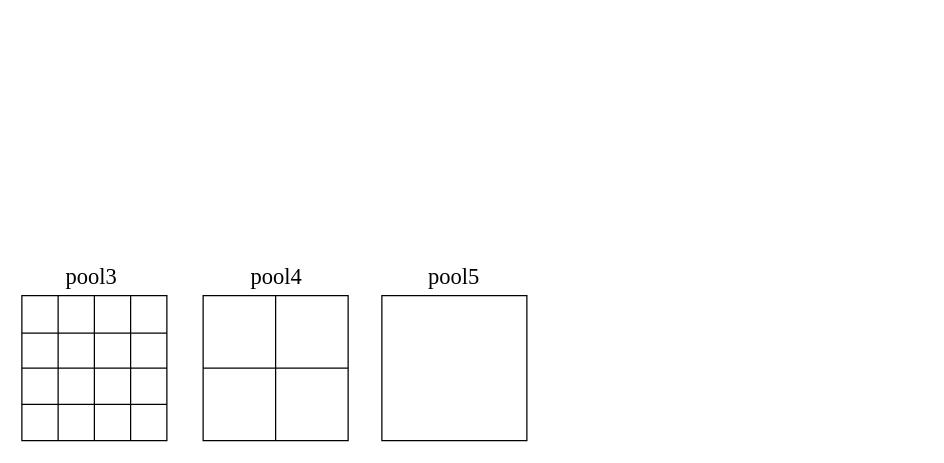
Before: 未命名绘图.drawio in zhangronghuan/liliu, a draw.io diagram. Source tidied: cells renumbered, new cells numbered last; positions are measured from the earlier drawing's top-left corner, leaving out a move shared by most shapes. Both pictures are drawn from the tidied source at 125%, with x=0, y=0 at pixel (21, 258).
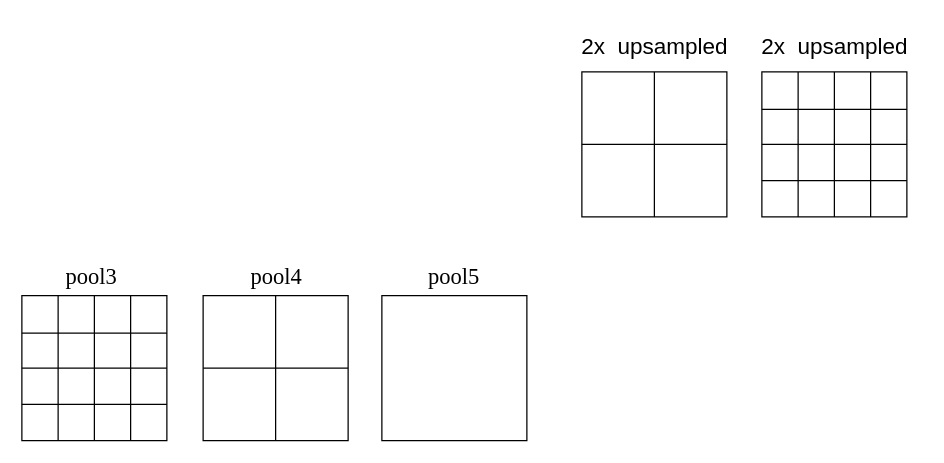
After the change.

What changed in the source:
```diff
@@
+    <mxCell id="36" style="shape=table;startSize=0;childLayout=tableLayout;" parent="1" vertex="1">
+      <mxGeometry x="448" y="-149" width="116" height="116" as="geometry" />
+    </mxCell>
+    <mxCell id="37" style="shape=tableRow;horizontal=0;startSize=0;swimlaneHead=0;swimlaneBody=0;strokeColor=inherit;top=0;left=0;bottom=0;right=0;fillColor=none;" parent="36" vertex="1">
+      <mxGeometry width="116" height="58" as="geometry" />
+    </mxCell>
+    <mxCell id="38" style="shape=partialRectangle;html=1;whiteSpace=wrap;strokeColor=inherit;overflow=hidden;fillColor=none;top=0;left=0;bottom=0;right=0;" parent="37" vertex="1">
+      <mxGeometry width="58" height="58" as="geometry" />
+    </mxCell>
+    <mxCell id="39" style="shape=partialRectangle;html=1;whiteSpace=wrap;strokeColor=inherit;overflow=hidden;fillColor=none;top=0;left=0;bottom=0;right=0;" parent="37" vertex="1">
+      <mxGeometry x="58" width="58" height="58" as="geometry" />
+    </mxCell>
+    <mxCell id="40" style="shape=tableRow;horizontal=0;startSize=0;swimlaneHead=0;swimlaneBody=0;strokeColor=inherit;top=0;left=0;bottom=0;right=0;fillColor=none;" parent="36" vertex="1">
+      <mxGeometry y="58" width="116" height="58" as="geometry" />
+    </mxCell>
+    <mxCell id="41" style="shape=partialRectangle;html=1;whiteSpace=wrap;strokeColor=inherit;overflow=hidden;fillColor=none;top=0;left=0;bottom=0;right=0;" parent="40" vertex="1">
+      <mxGeometry width="58" height="58" as="geometry" />
+    </mxCell>
+    <mxCell id="42" style="shape=partialRectangle;html=1;whiteSpace=wrap;strokeColor=inherit;overflow=hidden;fillColor=none;top=0;left=0;bottom=0;right=0;" parent="40" vertex="1">
+      <mxGeometry x="58" width="58" height="58" as="geometry" />
+    </mxCell>
+    <mxCell id="43" value="&lt;font style=&quot;font-size: 18px;&quot;&gt;2x&amp;nbsp; upsampled&lt;/font&gt;" style="text;html=1;align=center;verticalAlign=middle;strokeColor=none;fillColor=none;" parent="1" vertex="1">
+      <mxGeometry x="436" y="-189" width="140" height="40" as="geometry" />
+    </mxCell>
+    <mxCell id="44" value="&lt;font style=&quot;font-size: 18px;&quot;&gt;2x&amp;nbsp; upsampled&lt;/font&gt;" style="text;html=1;align=center;verticalAlign=middle;strokeColor=none;fillColor=none;" parent="1" vertex="1">
+      <mxGeometry x="580" y="-189" width="140" height="40" as="geometry" />
+    </mxCell>
+    <mxCell id="45" style="shape=table;startSize=0;childLayout=tableLayout;" parent="1" vertex="1">
+      <mxGeometry x="592" y="-149" width="116" height="116" as="geometry" />
+    </mxCell>
+    <mxCell id="46" style="shape=tableRow;horizontal=0;startSize=0;swimlaneHead=0;swimlaneBody=0;strokeColor=inherit;top=0;left=0;bottom=0;right=0;fillColor=none;" parent="45" vertex="1">
+      <mxGeometry width="116" height="30" as="geometry" />
+    </mxCell>
+    <mxCell id="47" style="shape=partialRectangle;html=1;whiteSpace=wrap;strokeColor=inherit;overflow=hidden;fillColor=none;top=0;left=0;bottom=0;right=0;" parent="46" vertex="1">
+      <mxGeometry width="29" height="30" as="geometry" />
+    </mxCell>
+    <mxCell id="48" style="shape=partialRectangle;html=1;whiteSpace=wrap;strokeColor=inherit;overflow=hidden;fillColor=none;top=0;left=0;bottom=0;right=0;" parent="46" vertex="1">
+      <mxGeometry x="29" width="29" height="30" as="geometry" />
+    </mxCell>
+    <mxCell id="49" style="shape=partialRectangle;html=1;whiteSpace=wrap;strokeColor=inherit;overflow=hidden;fillColor=none;top=0;left=0;bottom=0;right=0;" parent="46" vertex="1">
+      <mxGeometry x="58" width="29" height="30" as="geometry" />
+    </mxCell>
+    <mxCell id="50" style="shape=partialRectangle;html=1;whiteSpace=wrap;strokeColor=inherit;overflow=hidden;fillColor=none;top=0;left=0;bottom=0;right=0;" parent="46" vertex="1">
+      <mxGeometry x="87" width="29" height="30" as="geometry" />
+    </mxCell>
+    <mxCell id="51" style="shape=tableRow;horizontal=0;startSize=0;swimlaneHead=0;swimlaneBody=0;strokeColor=inherit;top=0;left=0;bottom=0;right=0;fillColor=none;" parent="45" vertex="1">
+      <mxGeometry y="30" width="116" height="28" as="geometry" />
+    </mxCell>
+    <mxCell id="52" style="shape=partialRectangle;html=1;whiteSpace=wrap;strokeColor=inherit;overflow=hidden;fillColor=none;top=0;left=0;bottom=0;right=0;" parent="51" vertex="1">
+      <mxGeometry width="29" height="28" as="geometry" />
+    </mxCell>
+    <mxCell id="53" style="shape=partialRectangle;html=1;whiteSpace=wrap;strokeColor=inherit;overflow=hidden;fillColor=none;top=0;left=0;bottom=0;right=0;" parent="51" vertex="1">
+      <mxGeometry x="29" width="29" height="28" as="geometry" />
+    </mxCell>
+    <mxCell id="54" style="shape=partialRectangle;html=1;whiteSpace=wrap;strokeColor=inherit;overflow=hidden;fillColor=none;top=0;left=0;bottom=0;right=0;" parent="51" vertex="1">
+      <mxGeometry x="58" width="29" height="28" as="geometry" />
+    </mxCell>
+    <mxCell id="55" style="shape=partialRectangle;html=1;whiteSpace=wrap;strokeColor=inherit;overflow=hidden;fillColor=none;top=0;left=0;bottom=0;right=0;" parent="51" vertex="1">
+      <mxGeometry x="87" width="29" height="28" as="geometry" />
+    </mxCell>
+    <mxCell id="56" style="shape=tableRow;horizontal=0;startSize=0;swimlaneHead=0;swimlaneBody=0;strokeColor=inherit;top=0;left=0;bottom=0;right=0;fillColor=none;" parent="45" vertex="1">
+      <mxGeometry y="58" width="116" height="29" as="geometry" />
+    </mxCell>
+    <mxCell id="57" style="shape=partialRectangle;html=1;whiteSpace=wrap;strokeColor=inherit;overflow=hidden;fillColor=none;top=0;left=0;bottom=0;right=0;" parent="56" vertex="1">
+      <mxGeometry width="29" height="29" as="geometry" />
+    </mxCell>
+    <mxCell id="58" style="shape=partialRectangle;html=1;whiteSpace=wrap;strokeColor=inherit;overflow=hidden;fillColor=none;top=0;left=0;bottom=0;right=0;" parent="56" vertex="1">
+      <mxGeometry x="29" width="29" height="29" as="geometry" />
+    </mxCell>
+    <mxCell id="59" style="shape=partialRectangle;html=1;whiteSpace=wrap;strokeColor=inherit;overflow=hidden;fillColor=none;top=0;left=0;bottom=0;right=0;" parent="56" vertex="1">
+      <mxGeometry x="58" width="29" height="29" as="geometry" />
+    </mxCell>
+    <mxCell id="60" style="shape=partialRectangle;html=1;whiteSpace=wrap;strokeColor=inherit;overflow=hidden;fillColor=none;top=0;left=0;bottom=0;right=0;" parent="56" vertex="1">
+      <mxGeometry x="87" width="29" height="29" as="geometry" />
+    </mxCell>
+    <mxCell id="61" style="shape=tableRow;horizontal=0;startSize=0;swimlaneHead=0;swimlaneBody=0;strokeColor=inherit;top=0;left=0;bottom=0;right=0;fillColor=none;" parent="45" vertex="1">
+      <mxGeometry y="87" width="116" height="29" as="geometry" />
+    </mxCell>
+    <mxCell id="62" style="shape=partialRectangle;html=1;whiteSpace=wrap;strokeColor=inherit;overflow=hidden;fillColor=none;top=0;left=0;bottom=0;right=0;" parent="61" vertex="1">
+      <mxGeometry width="29" height="29" as="geometry" />
+    </mxCell>
+    <mxCell id="63" style="shape=partialRectangle;html=1;whiteSpace=wrap;strokeColor=inherit;overflow=hidden;fillColor=none;top=0;left=0;bottom=0;right=0;" parent="61" vertex="1">
+      <mxGeometry x="29" width="29" height="29" as="geometry" />
+    </mxCell>
+    <mxCell id="64" style="shape=partialRectangle;html=1;whiteSpace=wrap;strokeColor=inherit;overflow=hidden;fillColor=none;top=0;left=0;bottom=0;right=0;" parent="61" vertex="1">
+      <mxGeometry x="58" width="29" height="29" as="geometry" />
+    </mxCell>
+    <mxCell id="65" style="shape=partialRectangle;html=1;whiteSpace=wrap;strokeColor=inherit;overflow=hidden;fillColor=none;top=0;left=0;bottom=0;right=0;" parent="61" vertex="1">
+      <mxGeometry x="87" width="29" height="29" as="geometry" />
+    </mxCell>
```
